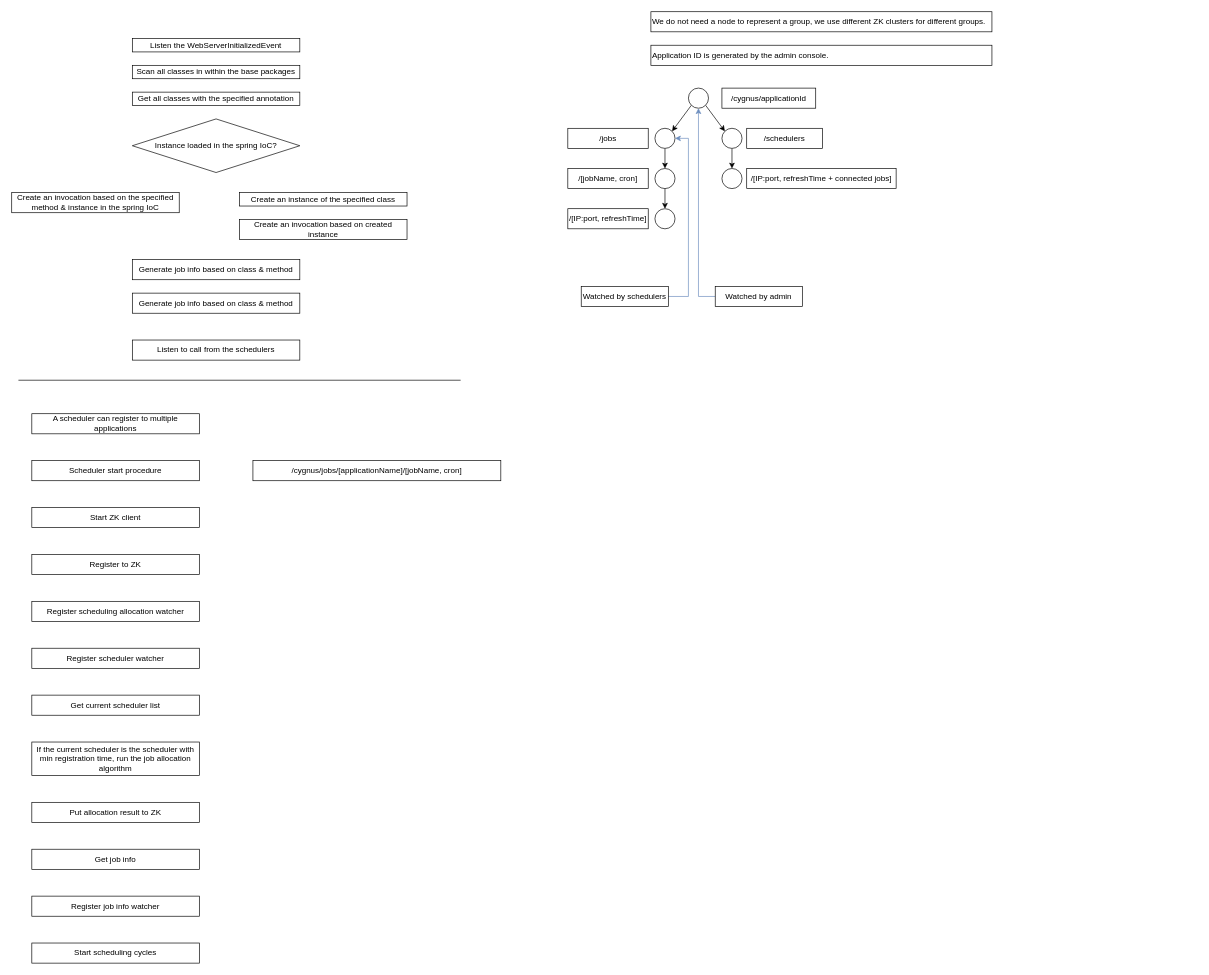
This is Cygnus.drawio from D15190304050/drawio_charts, a draw.io file, before an edit. Source tidied: cells renumbered, new cells numbered last; positions are measured from the earlier drawing's top-left corner, leaving out a move shared by most shapes. Both pictures are drawn from the tidied source at 67%, with x=0, y=0 at pixel (11, 11).
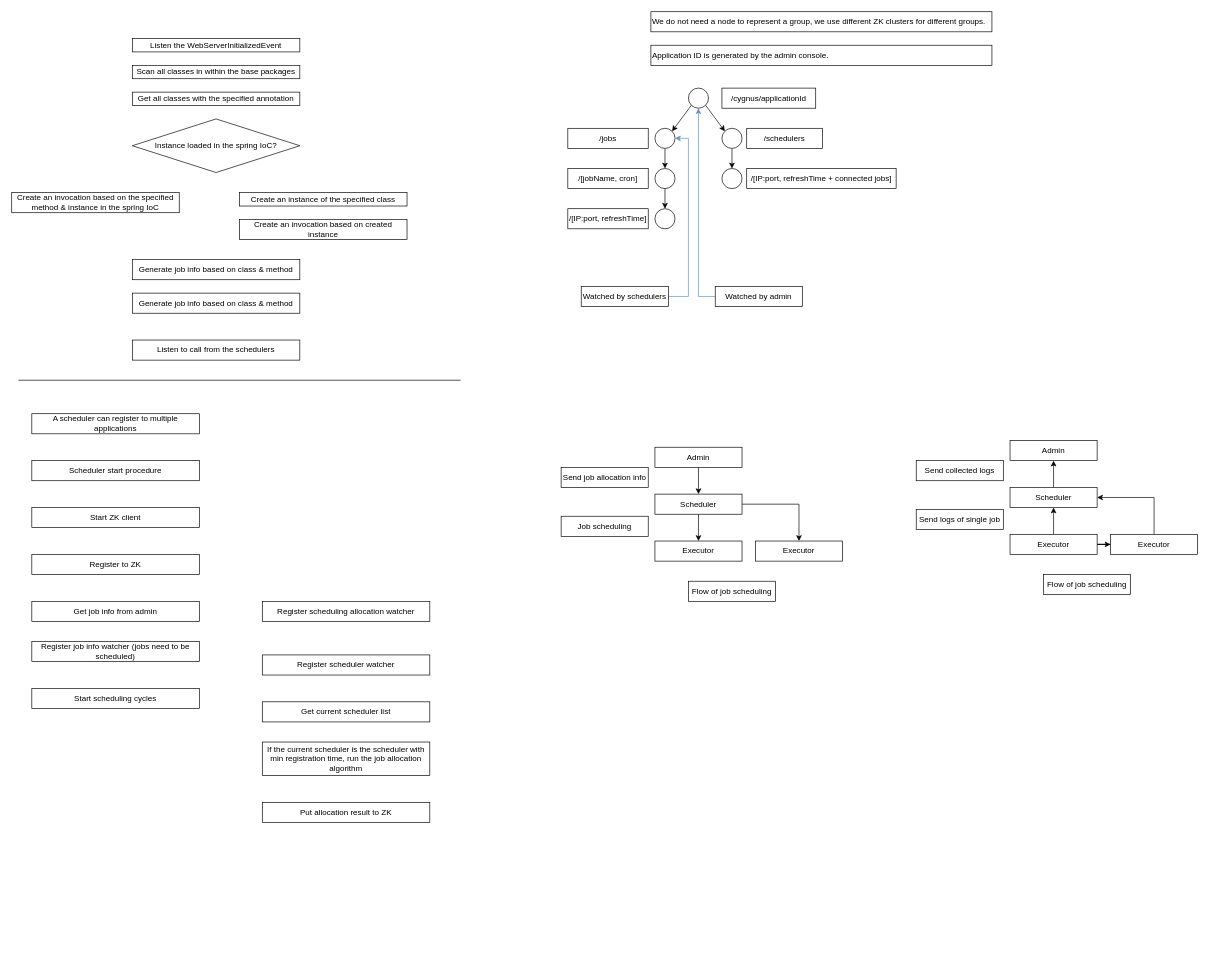
After the change.

What changed in the source:
```diff
@@
     <mxCell id="15" value="Get current scheduler list" style="rounded=0;whiteSpace=wrap;html=1;" parent="1" vertex="1">
-      <mxGeometry x="30" y="1020" width="250" height="30" as="geometry" />
+      <mxGeometry x="374" y="1030" width="250" height="30" as="geometry" />
     </mxCell>
     <mxCell id="16" value="If the current scheduler is the scheduler with min registration time, run the job allocation algorithm" style="rounded=0;whiteSpace=wrap;html=1;" parent="1" vertex="1">
-      <mxGeometry x="30" y="1090" width="250" height="50" as="geometry" />
+      <mxGeometry x="374" y="1090" width="250" height="50" as="geometry" />
     </mxCell>
     <mxCell id="17" value="Register scheduler watcher" style="rounded=0;whiteSpace=wrap;html=1;" parent="1" vertex="1">
-      <mxGeometry x="30" y="950" width="250" height="30" as="geometry" />
+      <mxGeometry x="374" y="960" width="250" height="30" as="geometry" />
     </mxCell>
     <mxCell id="18" value="Start scheduling cycles" style="rounded=0;whiteSpace=wrap;html=1;" parent="1" vertex="1">
-      <mxGeometry x="30" y="1390" width="250" height="30" as="geometry" />
+      <mxGeometry x="30" y="1010" width="250" height="30" as="geometry" />
     </mxCell>
     <mxCell id="19" value="Put allocation result to ZK" style="rounded=0;whiteSpace=wrap;html=1;" parent="1" vertex="1">
-      <mxGeometry x="30" y="1180" width="250" height="30" as="geometry" />
+      <mxGeometry x="374" y="1180" width="250" height="30" as="geometry" />
     </mxCell>
     <mxCell id="20" value="Register scheduling allocation watcher" style="rounded=0;whiteSpace=wrap;html=1;" parent="1" vertex="1">
-      <mxGeometry x="30" y="880" width="250" height="30" as="geometry" />
+      <mxGeometry x="374" y="880" width="250" height="30" as="geometry" />
     </mxCell>
-    <mxCell id="21" value="Get job info" style="rounded=0;whiteSpace=wrap;html=1;" parent="1" vertex="1">
-      <mxGeometry x="30" y="1250" width="250" height="30" as="geometry" />
+    <mxCell id="21" value="Get job info from admin" style="rounded=0;whiteSpace=wrap;html=1;" parent="1" vertex="1">
+      <mxGeometry x="30" y="880" width="250" height="30" as="geometry" />
     </mxCell>
-    <mxCell id="22" value="Register job info watcher" style="rounded=0;whiteSpace=wrap;html=1;" parent="1" vertex="1">
-      <mxGeometry x="30" y="1320" width="250" height="30" as="geometry" />
+    <mxCell id="22" value="Register job info watcher (jobs need to be scheduled)" style="rounded=0;whiteSpace=wrap;html=1;" parent="1" vertex="1">
+      <mxGeometry x="30" y="940" width="250" height="30" as="geometry" />
     </mxCell>
@@
-    <mxCell id="24" value="/cygnus/jobs/[applicationName]/[jobName, cron]" style="rounded=0;whiteSpace=wrap;html=1;" parent="1" vertex="1">
-      <mxGeometry x="360" y="670" width="370" height="30" as="geometry" />
-    </mxCell>
@@
+    <mxCell id="49" style="edgeStyle=orthogonalEdgeStyle;rounded=0;jettySize=auto;html=1;exitX=0.5;exitY=1;exitDx=0;exitDy=0;" parent="1" edge="1" source="50" target="53">
+      <mxGeometry relative="1" as="geometry" />
+    </mxCell>
+    <mxCell id="50" value="Admin" style="rounded=0;whiteSpace=wrap;html=1;" parent="1" vertex="1">
+      <mxGeometry x="960" y="650" width="130" height="30" as="geometry" />
+    </mxCell>
+    <mxCell id="51" style="edgeStyle=orthogonalEdgeStyle;rounded=0;jettySize=auto;html=1;exitX=0.5;exitY=1;exitDx=0;exitDy=0;" parent="1" edge="1" source="53" target="54">
+      <mxGeometry relative="1" as="geometry" />
+    </mxCell>
+    <mxCell id="52" style="edgeStyle=orthogonalEdgeStyle;rounded=0;jettySize=auto;html=1;exitX=1;exitY=0.5;exitDx=0;exitDy=0;" parent="1" edge="1" source="53" target="55">
+      <mxGeometry relative="1" as="geometry" />
+    </mxCell>
+    <mxCell id="53" value="Scheduler" style="rounded=0;whiteSpace=wrap;html=1;" parent="1" vertex="1">
+      <mxGeometry x="960" y="720" width="130" height="30" as="geometry" />
+    </mxCell>
+    <mxCell id="54" value="Executor" style="rounded=0;whiteSpace=wrap;html=1;" parent="1" vertex="1">
+      <mxGeometry x="960" y="790" width="130" height="30" as="geometry" />
+    </mxCell>
+    <mxCell id="55" value="Executor" style="rounded=0;whiteSpace=wrap;html=1;" parent="1" vertex="1">
+      <mxGeometry x="1110" y="790" width="130" height="30" as="geometry" />
+    </mxCell>
+    <mxCell id="56" value="Flow of job scheduling" style="rounded=0;whiteSpace=wrap;html=1;" parent="1" vertex="1">
+      <mxGeometry x="1010" y="850" width="130" height="30" as="geometry" />
+    </mxCell>
+    <mxCell id="57" value="Send job allocation info" style="rounded=0;whiteSpace=wrap;html=1;" parent="1" vertex="1">
+      <mxGeometry x="820" y="680" width="130" height="30" as="geometry" />
+    </mxCell>
+    <mxCell id="58" value="Job scheduling" style="rounded=0;whiteSpace=wrap;html=1;" parent="1" vertex="1">
+      <mxGeometry x="820" y="753" width="130" height="30" as="geometry" />
+    </mxCell>
+    <mxCell id="59" value="Admin" style="rounded=0;whiteSpace=wrap;html=1;" parent="1" vertex="1">
+      <mxGeometry x="1490" y="640" width="130" height="30" as="geometry" />
+    </mxCell>
+    <mxCell id="60" style="edgeStyle=orthogonalEdgeStyle;rounded=0;jettySize=auto;html=1;exitX=0.5;exitY=0;exitDx=0;exitDy=0;entryX=0.5;entryY=1;entryDx=0;entryDy=0;" parent="1" edge="1" source="61" target="59">
+      <mxGeometry relative="1" as="geometry" />
+    </mxCell>
+    <mxCell id="61" value="Scheduler" style="rounded=0;whiteSpace=wrap;html=1;" parent="1" vertex="1">
+      <mxGeometry x="1490" y="710" width="130" height="30" as="geometry" />
+    </mxCell>
+    <mxCell id="62" style="edgeStyle=orthogonalEdgeStyle;rounded=0;jettySize=auto;html=1;exitX=1;exitY=0.5;exitDx=0;exitDy=0;" parent="1" edge="1" source="64" target="66">
+      <mxGeometry relative="1" as="geometry" />
+    </mxCell>
+    <mxCell id="63" style="edgeStyle=orthogonalEdgeStyle;rounded=0;jettySize=auto;html=1;exitX=0.5;exitY=0;exitDx=0;exitDy=0;" parent="1" edge="1" source="64" target="61">
+      <mxGeometry relative="1" as="geometry" />
+    </mxCell>
+    <mxCell id="64" value="Executor" style="rounded=0;whiteSpace=wrap;html=1;" parent="1" vertex="1">
+      <mxGeometry x="1490" y="780" width="130" height="30" as="geometry" />
+    </mxCell>
+    <mxCell id="65" style="edgeStyle=orthogonalEdgeStyle;rounded=0;jettySize=auto;html=1;exitX=0.5;exitY=0;exitDx=0;exitDy=0;entryX=1;entryY=0.5;entryDx=0;entryDy=0;" parent="1" edge="1" source="66" target="61">
+      <mxGeometry relative="1" as="geometry" />
+    </mxCell>
+    <mxCell id="66" value="Executor" style="rounded=0;whiteSpace=wrap;html=1;" parent="1" vertex="1">
+      <mxGeometry x="1640" y="780" width="130" height="30" as="geometry" />
+    </mxCell>
+    <mxCell id="67" value="Flow of job scheduling" style="rounded=0;whiteSpace=wrap;html=1;" parent="1" vertex="1">
+      <mxGeometry x="1540" y="840" width="130" height="30" as="geometry" />
+    </mxCell>
+    <mxCell id="68" value="Send collected logs" style="rounded=0;whiteSpace=wrap;html=1;" parent="1" vertex="1">
+      <mxGeometry x="1350" y="670" width="130" height="30" as="geometry" />
+    </mxCell>
+    <mxCell id="69" value="Send logs of single job" style="rounded=0;whiteSpace=wrap;html=1;" parent="1" vertex="1">
+      <mxGeometry x="1350" y="743" width="130" height="30" as="geometry" />
+    </mxCell>
```
